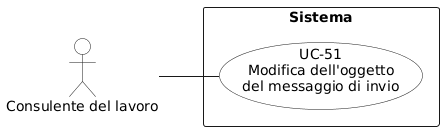
Before: RTB/Analisi dei Requisiti/diagrammi_use_case/UC-51.png, a diagram exported from PlantUML (aLittleByte-19/Documentazione). Its diagram source:
```plantuml
@startuml
left to right direction
skinparam packageStyle rectangle
skinparam usecaseBackgroundColor White
skinparam actorBackgroundColor White

actor "Consulente del lavoro" as consulente

rectangle "Sistema" {
  usecase "UC-51\nModifica dell'oggetto\ndel messaggio di invio" as uc51
}

consulente -- uc51
@enduml
```
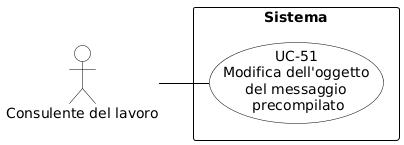
The same file after the commit.

What changed in the source:
```diff
@@ -1,14 +1,30 @@
 @startuml
+skinparam shadowing false
+skinparam defaultFontName Arial
 left to right direction
-skinparam packageStyle rectangle
-skinparam usecaseBackgroundColor White
-skinparam actorBackgroundColor White
+skinparam nodesep 15
+skinparam ranksep 50
 
-actor "Consulente del lavoro" as consulente
+skinparam usecase {
+    BackgroundColor white
+    BorderColor black
+    ArrowColor black
+}
+skinparam actor {
+    BackgroundColor white
+    BorderColor black
+}
+skinparam rectangle {
+    BorderColor black
+    FontStyle bold
+}
+
+actor "Consulente del lavoro" as CL
 
 rectangle "Sistema" {
-  usecase "UC-51\nModifica dell'oggetto\ndel messaggio di invio" as uc51
+    usecase "UC-51\nModifica dell'oggetto\ndel messaggio\n precompilato" as UC51
+
 }
 
-consulente -- uc51
-@enduml
+CL -- UC51
+@endl
```
